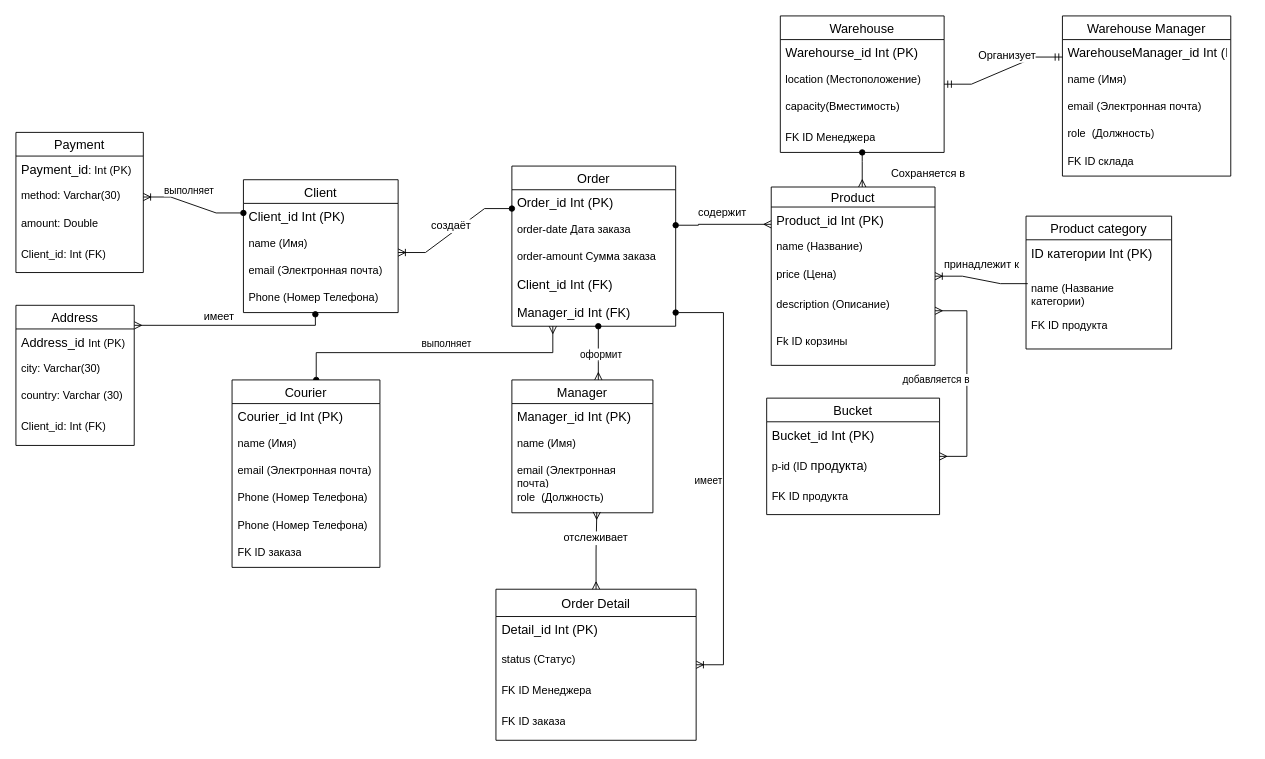
This is obos_6th.drawio from mati-tech/draw.io, a draw.io file, before an edit. Source tidied: cells renumbered, new cells numbered last; positions are measured from the earlier drawing's top-left corner, leaving out a move shared by most shapes. Both pictures are drawn from the tidied source at 91%, with x=0, y=0 at pixel (15, 15).
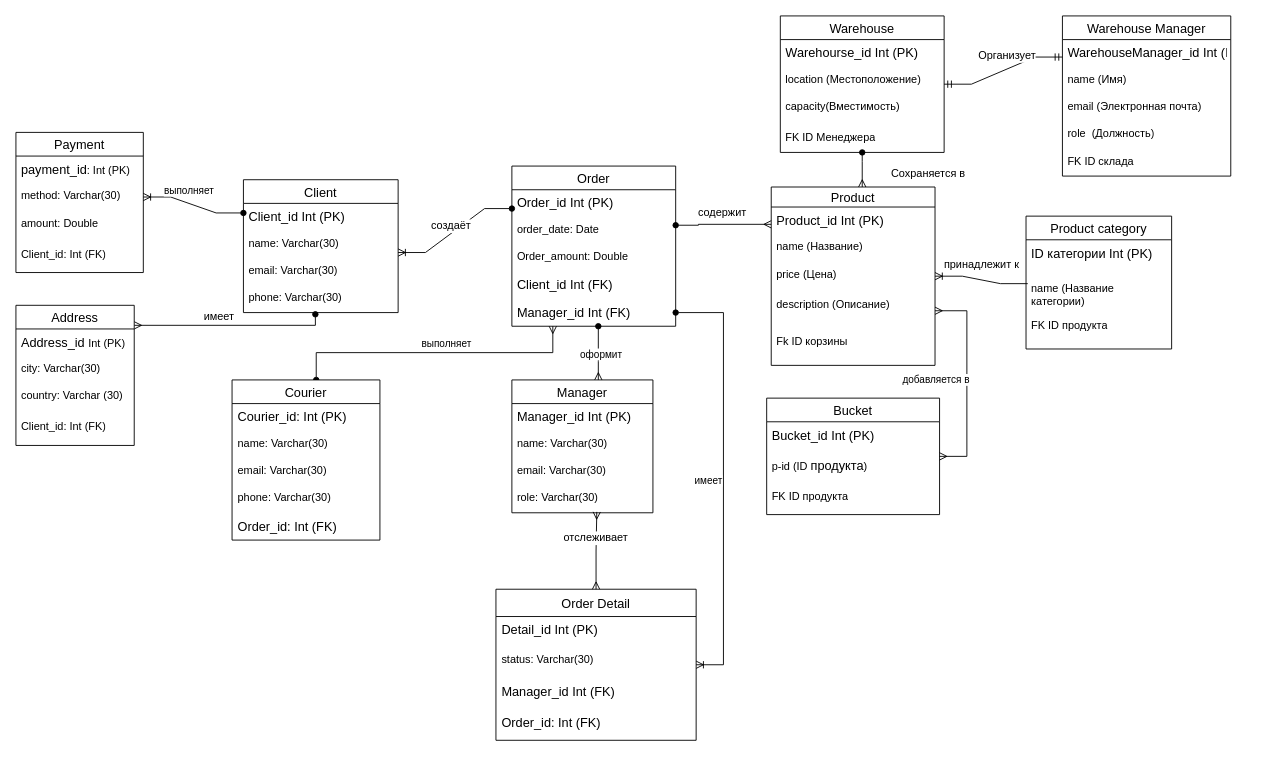
The same diagram, later.

The change refers to these unchanged cells:
```xml
<mxCell id="2" value="Client" style="swimlane;fontStyle=0;horizontal=1;startSize=26;align=center;fontSize=14;" parent="1" vertex="1">
  <mxGeometry x="250" y="180" width="170" height="146" as="geometry" />
</mxCell>
<mxCell id="9" value="Order" style="swimlane;fontStyle=0;horizontal=1;startSize=26;align=center;fontSize=14;" parent="1" vertex="1">
  <mxGeometry x="545" y="165" width="180" height="176" as="geometry" />
</mxCell>
<mxCell id="25" value="Payment" style="swimlane;fontStyle=0;horizontal=1;startSize=26;align=center;fontSize=14;" parent="1" vertex="1">
  <mxGeometry y="128" width="140" height="154" as="geometry" />
</mxCell>
<mxCell id="37" value="Order Detail" style="swimlane;fontStyle=0;horizontal=1;startSize=30;align=center;fontSize=14;spacingTop=1;" parent="1" vertex="1">
  <mxGeometry x="527.5" y="630" width="220" height="166" as="geometry" />
</mxCell>
<mxCell id="58" value="Manager" style="swimlane;fontStyle=0;horizontal=1;startSize=26;align=center;fontSize=14;" parent="1" vertex="1">
  <mxGeometry x="545" y="400" width="155" height="146" as="geometry" />
</mxCell>
```

The edit, as a diff of the source:
```diff
@@
-    <mxCell id="4" value="name (Имя)&lt;div&gt;&lt;br&gt;&lt;/div&gt;" style="text;strokeColor=none;fillColor=none;spacingLeft=4;spacingRight=4;overflow=hidden;points=[[0,0.5],[1,0.5]];portConstraint=eastwest;fontSize=12;whiteSpace=wrap;html=1;" parent="2" vertex="1">
+    <mxCell id="4" value="&lt;div&gt;name: Varchar(30)&lt;/div&gt;" style="text;strokeColor=none;fillColor=none;spacingLeft=4;spacingRight=4;overflow=hidden;points=[[0,0.5],[1,0.5]];portConstraint=eastwest;fontSize=12;whiteSpace=wrap;html=1;" parent="2" vertex="1">
       <mxGeometry y="56" width="170" height="30" as="geometry" />
     </mxCell>
-    <mxCell id="5" value="email (Электронная почта)&lt;div&gt;&lt;br&gt;&lt;/div&gt;" style="text;strokeColor=none;fillColor=none;spacingLeft=4;spacingRight=4;overflow=hidden;fontSize=12;whiteSpace=wrap;html=1;" parent="2" vertex="1">
+    <mxCell id="5" value="&lt;div&gt;email: Varchar(30)&lt;/div&gt;" style="text;strokeColor=none;fillColor=none;spacingLeft=4;spacingRight=4;overflow=hidden;fontSize=12;whiteSpace=wrap;html=1;" parent="2" vertex="1">
       <mxGeometry y="86" width="170" height="30" as="geometry" />
     </mxCell>
-    <mxCell id="6" value="Phone (Номер Телефона)&lt;div&gt;&lt;br&gt;&lt;/div&gt;" style="text;strokeColor=none;fillColor=none;spacingLeft=4;spacingRight=4;overflow=hidden;points=[[0,0.5],[1,0.5]];portConstraint=eastwest;fontSize=12;whiteSpace=wrap;html=1;" parent="2" vertex="1">
+    <mxCell id="6" value="&lt;div&gt;phone: Varchar(30)&lt;/div&gt;" style="text;strokeColor=none;fillColor=none;spacingLeft=4;spacingRight=4;overflow=hidden;points=[[0,0.5],[1,0.5]];portConstraint=eastwest;fontSize=12;whiteSpace=wrap;html=1;" parent="2" vertex="1">
       <mxGeometry y="116" width="170" height="30" as="geometry" />
     </mxCell>
@@
-    <mxCell id="11" value="order-date&amp;nbsp;&lt;span style=&quot;background-color: initial;&quot;&gt;Дата заказа&lt;/span&gt;&lt;div&gt;&lt;span style=&quot;background-color: initial;&quot;&gt;&lt;br&gt;&lt;/span&gt;&lt;/div&gt;" style="text;strokeColor=none;fillColor=none;spacingLeft=4;spacingRight=4;overflow=hidden;fontSize=12;whiteSpace=wrap;html=1;" parent="9" vertex="1">
+    <mxCell id="11" value="&lt;div&gt;&lt;span style=&quot;background-color: initial;&quot;&gt;order_date: Date&amp;nbsp;&lt;/span&gt;&lt;/div&gt;" style="text;strokeColor=none;fillColor=none;spacingLeft=4;spacingRight=4;overflow=hidden;fontSize=12;whiteSpace=wrap;html=1;" parent="9" vertex="1">
       <mxGeometry y="56" width="180" height="30" as="geometry" />
     </mxCell>
-    <mxCell id="12" value="order-amount&amp;nbsp;&lt;span style=&quot;background-color: initial;&quot;&gt;Сумма заказа&lt;/span&gt;&lt;div&gt;&lt;span style=&quot;background-color: initial;&quot;&gt;&lt;br&gt;&lt;/span&gt;&lt;/div&gt;" style="text;strokeColor=none;fillColor=none;spacingLeft=4;spacingRight=4;overflow=hidden;fontSize=12;whiteSpace=wrap;html=1;" parent="9" vertex="1">
+    <mxCell id="12" value="&lt;div&gt;&lt;span style=&quot;background-color: initial;&quot;&gt;Order_amount: Double&lt;/span&gt;&lt;/div&gt;" style="text;strokeColor=none;fillColor=none;spacingLeft=4;spacingRight=4;overflow=hidden;fontSize=12;whiteSpace=wrap;html=1;" parent="9" vertex="1">
       <mxGeometry y="86" width="180" height="30" as="geometry" />
     </mxCell>
@@
-    <mxCell id="26" value="&lt;div&gt;&lt;span style=&quot;font-size: 14px; text-align: center; text-wrap-mode: nowrap; background-color: initial;&quot;&gt;Payment_id&lt;/span&gt;&lt;span style=&quot;background-color: initial;&quot;&gt;: Int (PK)&amp;nbsp;&lt;/span&gt;&lt;/div&gt;" style="text;strokeColor=none;fillColor=none;spacingLeft=4;spacingRight=4;overflow=hidden;fontSize=12;whiteSpace=wrap;html=1;" parent="25" vertex="1">
+    <mxCell id="26" value="&lt;div&gt;&lt;span style=&quot;font-size: 14px; text-align: center; text-wrap-mode: nowrap; background-color: initial;&quot;&gt;payment_id&lt;/span&gt;&lt;span style=&quot;background-color: initial;&quot;&gt;: Int (PK)&amp;nbsp;&lt;/span&gt;&lt;/div&gt;" style="text;strokeColor=none;fillColor=none;spacingLeft=4;spacingRight=4;overflow=hidden;fontSize=12;whiteSpace=wrap;html=1;" parent="25" vertex="1">
       <mxGeometry y="26" width="140" height="30" as="geometry" />
     </mxCell>
@@
-    <mxCell id="39" value="status (Статус)&lt;div&gt;&lt;br&gt;&lt;/div&gt;" style="text;strokeColor=none;fillColor=none;spacingLeft=4;spacingRight=4;overflow=hidden;fontSize=12;whiteSpace=wrap;html=1;" parent="37" vertex="1">
+    <mxCell id="39" value="&lt;div&gt;status: Varchar(30)&lt;/div&gt;" style="text;strokeColor=none;fillColor=none;spacingLeft=4;spacingRight=4;overflow=hidden;fontSize=12;whiteSpace=wrap;html=1;" parent="37" vertex="1">
       <mxGeometry y="64" width="220" height="34" as="geometry" />
     </mxCell>
-    <mxCell id="40" value="&lt;div&gt;&lt;span style=&quot;text-wrap-mode: nowrap; text-align: center;&quot;&gt;FK&amp;nbsp;&lt;/span&gt;&lt;span style=&quot;text-wrap-mode: nowrap; background-color: initial; text-align: center;&quot;&gt;ID Менеджера&lt;/span&gt;&lt;/div&gt;" style="text;strokeColor=none;fillColor=none;spacingLeft=4;spacingRight=4;overflow=hidden;fontSize=12;whiteSpace=wrap;html=1;" parent="37" vertex="1">
+    <mxCell id="40" value="&lt;span style=&quot;font-size: 14px; text-align: center; text-wrap-mode: nowrap;&quot;&gt;Manager_id&amp;nbsp;Int (FK)&lt;/span&gt;" style="text;strokeColor=none;fillColor=none;spacingLeft=4;spacingRight=4;overflow=hidden;fontSize=12;whiteSpace=wrap;html=1;" parent="37" vertex="1">
       <mxGeometry y="98" width="220" height="34" as="geometry" />
     </mxCell>
-    <mxCell id="41" value="&lt;div&gt;FK ID заказа&lt;/div&gt;" style="text;strokeColor=none;fillColor=none;spacingLeft=4;spacingRight=4;overflow=hidden;fontSize=12;whiteSpace=wrap;html=1;" parent="37" vertex="1">
+    <mxCell id="41" value="&lt;span style=&quot;font-size: 14px; text-align: center; text-wrap-mode: nowrap;&quot;&gt;Order_id: Int (FK)&lt;/span&gt;" style="text;strokeColor=none;fillColor=none;spacingLeft=4;spacingRight=4;overflow=hidden;fontSize=12;whiteSpace=wrap;html=1;" parent="37" vertex="1">
       <mxGeometry y="132" width="220" height="34" as="geometry" />
     </mxCell>
@@
-    <mxCell id="60" value="name (Имя)&lt;div&gt;&lt;br&gt;&lt;/div&gt;" style="text;strokeColor=none;fillColor=none;spacingLeft=4;spacingRight=4;overflow=hidden;fontSize=12;whiteSpace=wrap;html=1;" parent="58" vertex="1">
+    <mxCell id="60" value="&lt;div&gt;name: Varchar(30)&lt;/div&gt;" style="text;strokeColor=none;fillColor=none;spacingLeft=4;spacingRight=4;overflow=hidden;fontSize=12;whiteSpace=wrap;html=1;" parent="58" vertex="1">
       <mxGeometry y="56" width="155" height="30" as="geometry" />
     </mxCell>
-    <mxCell id="61" value="email (Электронная почта)&lt;div&gt;&lt;br&gt;&lt;/div&gt;" style="text;strokeColor=none;fillColor=none;spacingLeft=4;spacingRight=4;overflow=hidden;fontSize=12;whiteSpace=wrap;html=1;" parent="58" vertex="1">
+    <mxCell id="61" value="&lt;div&gt;email: Varchar(30)&lt;/div&gt;" style="text;strokeColor=none;fillColor=none;spacingLeft=4;spacingRight=4;overflow=hidden;fontSize=12;whiteSpace=wrap;html=1;" parent="58" vertex="1">
       <mxGeometry y="86" width="155" height="30" as="geometry" />
     </mxCell>
-    <mxCell id="62" value="role&amp;nbsp; (Должность)&lt;div&gt;&lt;br&gt;&lt;/div&gt;" style="text;strokeColor=none;fillColor=none;spacingLeft=4;spacingRight=4;overflow=hidden;points=[[0,0.5],[1,0.5]];portConstraint=eastwest;fontSize=12;whiteSpace=wrap;html=1;" parent="58" vertex="1">
+    <mxCell id="62" value="&lt;div&gt;role: Varchar(30)&lt;/div&gt;" style="text;strokeColor=none;fillColor=none;spacingLeft=4;spacingRight=4;overflow=hidden;points=[[0,0.5],[1,0.5]];portConstraint=eastwest;fontSize=12;whiteSpace=wrap;html=1;" parent="58" vertex="1">
       <mxGeometry y="116" width="155" height="30" as="geometry" />
     </mxCell>
@@
     <mxCell id="81" value="Courier" style="swimlane;fontStyle=0;horizontal=1;startSize=26;align=center;fontSize=14;" parent="1" vertex="1">
-      <mxGeometry x="237.5" y="400" width="162.5" height="206" as="geometry" />
+      <mxGeometry x="237.5" y="400" width="162.5" height="176" as="geometry" />
     </mxCell>
-    <mxCell id="82" value="&lt;div&gt;&lt;span style=&quot;font-size: 14px; text-align: center; text-wrap-mode: nowrap;&quot;&gt;Courier_id&amp;nbsp;Int (PK)&amp;nbsp;&lt;/span&gt;&lt;/div&gt;" style="text;strokeColor=none;fillColor=none;spacingLeft=4;spacingRight=4;overflow=hidden;fontSize=12;whiteSpace=wrap;html=1;" parent="81" vertex="1">
+    <mxCell id="82" value="&lt;div&gt;&lt;span style=&quot;font-size: 14px; text-align: center; text-wrap-mode: nowrap;&quot;&gt;Courier_id: Int (PK)&amp;nbsp;&lt;/span&gt;&lt;/div&gt;" style="text;strokeColor=none;fillColor=none;spacingLeft=4;spacingRight=4;overflow=hidden;fontSize=12;whiteSpace=wrap;html=1;" parent="81" vertex="1">
       <mxGeometry y="26" width="162.5" height="30" as="geometry" />
     </mxCell>
-    <mxCell id="83" value="name (Имя)&lt;div&gt;&lt;br&gt;&lt;/div&gt;" style="text;strokeColor=none;fillColor=none;spacingLeft=4;spacingRight=4;overflow=hidden;fontSize=12;whiteSpace=wrap;html=1;" parent="81" vertex="1">
+    <mxCell id="83" value="&lt;div&gt;name: Varchar(30)&lt;/div&gt;" style="text;strokeColor=none;fillColor=none;spacingLeft=4;spacingRight=4;overflow=hidden;fontSize=12;whiteSpace=wrap;html=1;" parent="81" vertex="1">
       <mxGeometry y="56" width="162.5" height="30" as="geometry" />
     </mxCell>
-    <mxCell id="84" value="email (Электронная почта)&lt;div&gt;&lt;br&gt;&lt;/div&gt;" style="text;strokeColor=none;fillColor=none;spacingLeft=4;spacingRight=4;overflow=hidden;fontSize=12;whiteSpace=wrap;html=1;" parent="81" vertex="1">
+    <mxCell id="84" value="&lt;div&gt;email: Varchar(30)&lt;/div&gt;" style="text;strokeColor=none;fillColor=none;spacingLeft=4;spacingRight=4;overflow=hidden;fontSize=12;whiteSpace=wrap;html=1;" parent="81" vertex="1">
       <mxGeometry y="86" width="162.5" height="30" as="geometry" />
     </mxCell>
-    <mxCell id="85" value="Phone (Номер Телефона)&lt;div&gt;&lt;br&gt;&lt;/div&gt;" style="text;strokeColor=none;fillColor=none;spacingLeft=4;spacingRight=4;overflow=hidden;fontSize=12;whiteSpace=wrap;html=1;" parent="81" vertex="1">
+    <mxCell id="85" value="&lt;div&gt;phone: Varchar(30)&lt;/div&gt;" style="text;strokeColor=none;fillColor=none;spacingLeft=4;spacingRight=4;overflow=hidden;fontSize=12;whiteSpace=wrap;html=1;" parent="81" vertex="1">
       <mxGeometry y="116" width="162.5" height="30" as="geometry" />
     </mxCell>
-    <mxCell id="86" value="Phone (Номер Телефона)&lt;div&gt;&lt;br&gt;&lt;/div&gt;" style="text;strokeColor=none;fillColor=none;spacingLeft=4;spacingRight=4;overflow=hidden;fontSize=12;whiteSpace=wrap;html=1;" parent="81" vertex="1">
-      <mxGeometry y="146" width="162.5" height="30" as="geometry" />
-    </mxCell>
-    <mxCell id="87" value="&lt;div&gt;FK ID заказа&lt;/div&gt;" style="text;strokeColor=none;fillColor=none;spacingLeft=4;spacingRight=4;overflow=hidden;fontSize=12;whiteSpace=wrap;html=1;" parent="81" vertex="1">
-      <mxGeometry y="176" width="162.5" height="30" as="geometry" />
+    <mxCell id="87" value="&lt;span style=&quot;font-size: 14px; text-align: center; text-wrap-mode: nowrap;&quot;&gt;Order_id: Int (FK)&lt;/span&gt;" style="text;strokeColor=none;fillColor=none;spacingLeft=4;spacingRight=4;overflow=hidden;fontSize=12;whiteSpace=wrap;html=1;" parent="81" vertex="1">
+      <mxGeometry y="146" width="162.5" height="30" as="geometry" />
     </mxCell>
```
